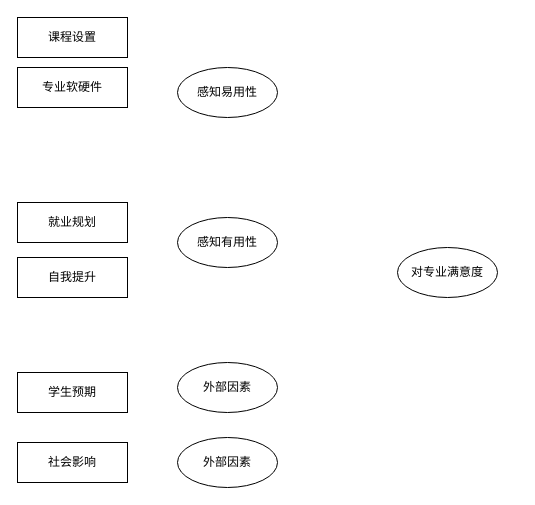
Earlier version of the draw.io diagram theoreticalFramework.drawio (449121927/449121927). Source tidied: cells renumbered, new cells numbered last; positions are measured from the earlier drawing's top-left corner, leaving out a move shared by most shapes. Both pictures are drawn from the tidied source at 100%, with x=0, y=0 at pixel (17, 17).
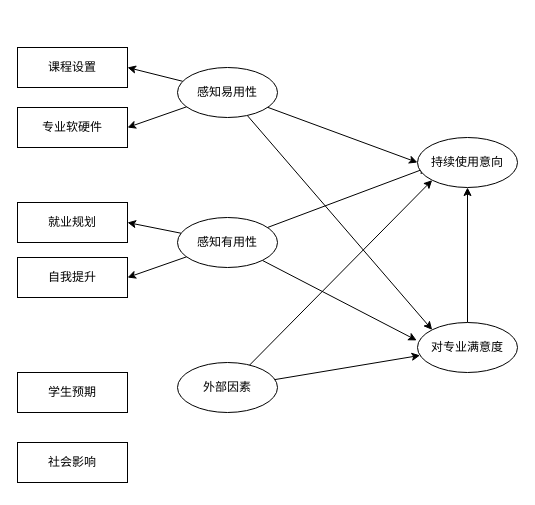
The same page after the edit.

The change refers to these unchanged cells:
```xml
<mxCell id="2" value="感知易用性" style="ellipse;whiteSpace=wrap;html=1;" parent="1" vertex="1">
  <mxGeometry x="160" y="50" width="100" height="50" as="geometry" />
</mxCell>
<mxCell id="3" value="感知有用性" style="ellipse;whiteSpace=wrap;html=1;" parent="1" vertex="1">
  <mxGeometry x="160" y="200" width="100" height="50" as="geometry" />
</mxCell>
<mxCell id="4" value="外部因素" style="ellipse;whiteSpace=wrap;html=1;" parent="1" vertex="1">
  <mxGeometry x="160" y="345" width="100" height="50" as="geometry" />
</mxCell>
<mxCell id="6" value="就业规划" style="rounded=0;whiteSpace=wrap;html=1;" parent="1" vertex="1">
  <mxGeometry y="185" width="110" height="40" as="geometry" />
</mxCell>
<mxCell id="9" value="自我提升" style="rounded=0;whiteSpace=wrap;html=1;" parent="1" vertex="1">
  <mxGeometry y="240" width="110" height="40" as="geometry" />
</mxCell>
```

What changed in the source:
```diff
@@
+    <mxCell id="13" style="rounded=0;jettySize=auto;html=1;entryX=0;entryY=0.5;entryDx=0;entryDy=0;" parent="1" edge="1" source="2" target="11">
+      <mxGeometry relative="1" as="geometry" />
+    </mxCell>
+    <mxCell id="14" style="edgeStyle=none;rounded=0;jettySize=auto;html=1;entryX=0;entryY=0;entryDx=0;entryDy=0;" parent="1" edge="1" source="2" target="5">
+      <mxGeometry relative="1" as="geometry" />
+    </mxCell>
+    <mxCell id="15" style="edgeStyle=none;rounded=0;jettySize=auto;html=1;entryX=1;entryY=0.5;entryDx=0;entryDy=0;" parent="1" edge="1" source="2" target="7">
+      <mxGeometry relative="1" as="geometry" />
+    </mxCell>
+    <mxCell id="16" style="edgeStyle=none;rounded=0;jettySize=auto;html=1;entryX=1;entryY=0.5;entryDx=0;entryDy=0;" parent="1" edge="1" source="2" target="8">
+      <mxGeometry relative="1" as="geometry" />
+    </mxCell>
@@
+    <mxCell id="17" style="edgeStyle=none;rounded=0;jettySize=auto;html=1;entryX=0.1;entryY=0.6;entryDx=0;entryDy=0;entryPerimeter=0;" parent="1" edge="1" source="3" target="11">
+      <mxGeometry relative="1" as="geometry" />
+    </mxCell>
+    <mxCell id="18" style="edgeStyle=none;rounded=0;jettySize=auto;html=1;entryX=-0.008;entryY=0.358;entryDx=0;entryDy=0;entryPerimeter=0;" parent="1" edge="1" source="3" target="5">
+      <mxGeometry relative="1" as="geometry" />
+    </mxCell>
+    <mxCell id="19" style="edgeStyle=none;rounded=0;jettySize=auto;html=1;entryX=1;entryY=0.5;entryDx=0;entryDy=0;" parent="1" edge="1" source="3" target="6">
+      <mxGeometry relative="1" as="geometry" />
+    </mxCell>
+    <mxCell id="20" style="edgeStyle=none;rounded=0;jettySize=auto;html=1;entryX=1;entryY=0.5;entryDx=0;entryDy=0;" parent="1" edge="1" source="3" target="9">
+      <mxGeometry relative="1" as="geometry" />
+    </mxCell>
@@
+    <mxCell id="21" style="edgeStyle=none;rounded=0;jettySize=auto;html=1;entryX=0;entryY=1;entryDx=0;entryDy=0;" parent="1" edge="1" source="4" target="11">
+      <mxGeometry relative="1" as="geometry" />
+    </mxCell>
+    <mxCell id="22" style="edgeStyle=none;rounded=0;jettySize=auto;html=1;" parent="1" edge="1" source="4" target="5">
+      <mxGeometry relative="1" as="geometry" />
+    </mxCell>
@@
+    <mxCell id="23" style="edgeStyle=none;rounded=0;jettySize=auto;html=1;" parent="1" edge="1" source="5" target="11">
+      <mxGeometry relative="1" as="geometry" />
+    </mxCell>
     <mxCell id="5" value="对专业满意度" style="ellipse;whiteSpace=wrap;html=1;" parent="1" vertex="1">
-      <mxGeometry x="380" y="230" width="100" height="50" as="geometry" />
+      <mxGeometry x="400" y="305" width="100" height="50" as="geometry" />
     </mxCell>
@@
     <mxCell id="7" value="课程设置" style="rounded=0;whiteSpace=wrap;html=1;" parent="1" vertex="1">
-      <mxGeometry width="110" height="40" as="geometry" />
+      <mxGeometry y="30" width="110" height="40" as="geometry" />
     </mxCell>
     <mxCell id="8" value="专业软硬件" style="rounded=0;whiteSpace=wrap;html=1;" parent="1" vertex="1">
-      <mxGeometry y="50" width="110" height="40" as="geometry" />
+      <mxGeometry y="90" width="110" height="40" as="geometry" />
     </mxCell>
@@
-    <mxCell id="11" value="外部因素" style="ellipse;whiteSpace=wrap;html=1;" parent="1" vertex="1">
-      <mxGeometry x="160" y="420" width="100" height="50" as="geometry" />
+    <mxCell id="11" value="持续使用意向" style="ellipse;whiteSpace=wrap;html=1;" parent="1" vertex="1">
+      <mxGeometry x="400" y="120" width="100" height="50" as="geometry" />
     </mxCell>
```
